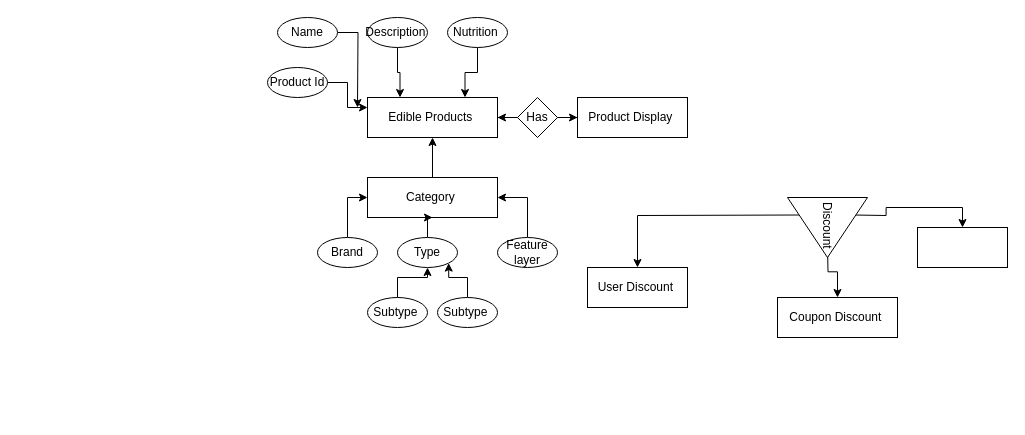
The draw.io diagram Backend.drawio in JamesHellerAnish/Blog, before the edit. Source tidied: cells renumbered, new cells numbered last; positions are measured from the earlier drawing's top-left corner, leaving out a move shared by most shapes. Both pictures are drawn from the tidied source at 100%, with x=0, y=0 at pixel (267, 17).
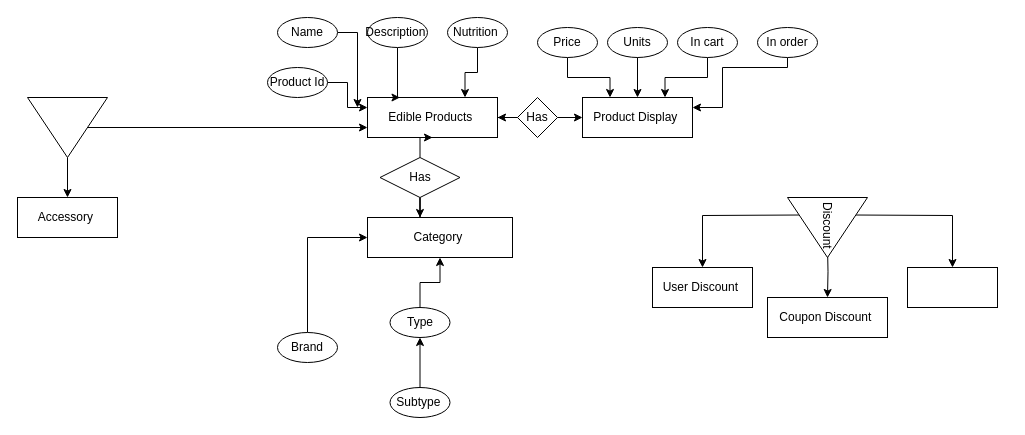
The same page after the edit.

Unchanged cells that the change refers to:
```xml
<mxCell id="2" value="Edible Products&amp;nbsp;" style="rounded=0;whiteSpace=wrap;html=1;" parent="1" vertex="1">
  <mxGeometry x="100" y="80" width="130" height="40" as="geometry" />
</mxCell>
<mxCell id="9" value="Name" style="ellipse;whiteSpace=wrap;html=1;rotation=0;" parent="1" vertex="1">
  <mxGeometry x="10" width="60" height="30" as="geometry" />
</mxCell>
<mxCell id="11" value="Description&amp;nbsp;" style="ellipse;whiteSpace=wrap;html=1;rotation=0;" parent="1" vertex="1">
  <mxGeometry x="100" width="60" height="30" as="geometry" />
</mxCell>
```

What changed in the source:
```diff
@@
     <mxCell id="3" value="Product Display&amp;nbsp;" style="rounded=0;whiteSpace=wrap;html=1;" parent="1" vertex="1">
-      <mxGeometry x="310" y="80" width="110" height="40" as="geometry" />
+      <mxGeometry x="315" y="80" width="110" height="40" as="geometry" />
     </mxCell>
-    <mxCell id="4" style="edgeStyle=orthogonalEdgeStyle;rounded=0;jettySize=auto;html=1;entryX=0.5;entryY=1;entryDx=0;entryDy=0;" parent="1" edge="1" source="5" target="2">
-      <mxGeometry relative="1" as="geometry" />
-    </mxCell>
     <mxCell id="5" value="Category&amp;nbsp;" style="rounded=0;whiteSpace=wrap;html=1;" parent="1" vertex="1">
-      <mxGeometry x="100" y="160" width="130" height="40" as="geometry" />
+      <mxGeometry x="100" y="200" width="145" height="40" as="geometry" />
     </mxCell>
     <mxCell id="6" style="edgeStyle=orthogonalEdgeStyle;rounded=0;jettySize=auto;html=1;entryX=0;entryY=0.5;entryDx=0;entryDy=0;" parent="1" edge="1" source="7" target="5">
-      <mxGeometry relative="1" as="geometry" />
+      <mxGeometry relative="1" as="geometry">
+        <Array as="points">
+          <mxPoint x="40" y="220" />
+        </Array>
+      </mxGeometry>
     </mxCell>
     <mxCell id="7" value="Brand" style="ellipse;whiteSpace=wrap;html=1;rotation=0;" parent="1" vertex="1">
-      <mxGeometry x="50" y="220" width="60" height="30" as="geometry" />
+      <mxGeometry x="10" y="315" width="60" height="30" as="geometry" />
     </mxCell>
     <mxCell id="8" style="edgeStyle=orthogonalEdgeStyle;rounded=0;jettySize=auto;html=1;" parent="1" edge="1" source="9">
       <mxGeometry relative="1" as="geometry">
         <mxPoint x="90" y="90" as="targetPoint" />
+        <Array as="points">
+          <mxPoint x="90" y="15" />
+        </Array>
       </mxGeometry>
     </mxCell>
@@
     <mxCell id="10" style="edgeStyle=orthogonalEdgeStyle;rounded=0;jettySize=auto;html=1;entryX=0.25;entryY=0;entryDx=0;entryDy=0;" parent="1" edge="1" source="11" target="2">
-      <mxGeometry relative="1" as="geometry" />
+      <mxGeometry relative="1" as="geometry">
+        <Array as="points">
+          <mxPoint x="130" y="80" />
+        </Array>
+      </mxGeometry>
     </mxCell>
@@
     <mxCell id="13" value="Type" style="ellipse;whiteSpace=wrap;html=1;rotation=0;" parent="1" vertex="1">
-      <mxGeometry x="130" y="220" width="60" height="30" as="geometry" />
+      <mxGeometry x="122.5" y="290" width="60" height="30" as="geometry" />
     </mxCell>
-    <mxCell id="14" style="edgeStyle=orthogonalEdgeStyle;rounded=0;jettySize=auto;html=1;entryX=1;entryY=0.5;entryDx=0;entryDy=0;" parent="1" edge="1" source="15" target="5">
-      <mxGeometry relative="1" as="geometry" />
-    </mxCell>
-    <mxCell id="15" value="Feature layer" style="ellipse;whiteSpace=wrap;html=1;rotation=0;" parent="1" vertex="1">
-      <mxGeometry x="230" y="220" width="60" height="30" as="geometry" />
-    </mxCell>
@@
     <mxCell id="24" value="Subtype&amp;nbsp;" style="ellipse;whiteSpace=wrap;html=1;rotation=0;" parent="1" vertex="1">
-      <mxGeometry x="100" y="280" width="60" height="30" as="geometry" />
+      <mxGeometry x="122.5" y="370" width="60" height="30" as="geometry" />
     </mxCell>
-    <mxCell id="25" style="edgeStyle=orthogonalEdgeStyle;rounded=0;jettySize=auto;html=1;entryX=1;entryY=1;entryDx=0;entryDy=0;" parent="1" edge="1" source="26" target="13">
-      <mxGeometry relative="1" as="geometry" />
-    </mxCell>
-    <mxCell id="26" value="Subtype&amp;nbsp;" style="ellipse;whiteSpace=wrap;html=1;rotation=0;" parent="1" vertex="1">
-      <mxGeometry x="170" y="280" width="60" height="30" as="geometry" />
-    </mxCell>
@@
     <mxCell id="30" value="User Discount&amp;nbsp;" style="whiteSpace=wrap;html=1;" parent="1" vertex="1">
-      <mxGeometry x="320" y="250" width="100" height="40" as="geometry" />
+      <mxGeometry x="385" y="250" width="100" height="40" as="geometry" />
     </mxCell>
     <mxCell id="31" value="Coupon Discount&amp;nbsp;" style="whiteSpace=wrap;html=1;" parent="1" vertex="1">
-      <mxGeometry x="510" y="280" width="120" height="40" as="geometry" />
+      <mxGeometry x="500" y="280" width="120" height="40" as="geometry" />
     </mxCell>
     <mxCell id="32" style="whiteSpace=wrap;html=1;" parent="1" vertex="1">
-      <mxGeometry x="650" y="210" width="90" height="40" as="geometry" />
+      <mxGeometry x="640" y="250" width="90" height="40" as="geometry" />
     </mxCell>
@@
+    <mxCell id="34" style="edgeStyle=orthogonalEdgeStyle;rounded=0;jettySize=auto;html=1;entryX=0.5;entryY=0;entryDx=0;entryDy=0;fontColor=none;exitX=1;exitY=1;exitDx=0;exitDy=0;" parent="1" edge="1" source="35" target="3">
+      <mxGeometry relative="1" as="geometry">
+        <Array as="points">
+          <mxPoint x="370" y="36" />
+          <mxPoint x="370" y="80" />
+        </Array>
+      </mxGeometry>
+    </mxCell>
+    <mxCell id="35" value="Units" style="ellipse;whiteSpace=wrap;html=1;rotation=0;" parent="1" vertex="1">
+      <mxGeometry x="340" y="10" width="60" height="30" as="geometry" />
+    </mxCell>
+    <mxCell id="36" style="edgeStyle=orthogonalEdgeStyle;rounded=0;jettySize=auto;html=1;entryX=0.25;entryY=0;entryDx=0;entryDy=0;fontColor=none;" parent="1" edge="1" source="37" target="3">
+      <mxGeometry relative="1" as="geometry" />
+    </mxCell>
+    <mxCell id="37" value="Price" style="ellipse;whiteSpace=wrap;html=1;rotation=0;" parent="1" vertex="1">
+      <mxGeometry x="270" y="10" width="60" height="30" as="geometry" />
+    </mxCell>
+    <mxCell id="38" style="edgeStyle=orthogonalEdgeStyle;rounded=0;jettySize=auto;html=1;entryX=0.75;entryY=0;entryDx=0;entryDy=0;fontColor=none;" parent="1" edge="1" source="39" target="3">
+      <mxGeometry relative="1" as="geometry" />
+    </mxCell>
+    <mxCell id="39" value="In cart" style="ellipse;whiteSpace=wrap;html=1;rotation=0;" parent="1" vertex="1">
+      <mxGeometry x="410" y="10" width="60" height="30" as="geometry" />
+    </mxCell>
+    <mxCell id="40" style="edgeStyle=orthogonalEdgeStyle;rounded=0;jettySize=auto;html=1;entryX=1;entryY=0.25;entryDx=0;entryDy=0;fontColor=none;" parent="1" edge="1" source="41" target="3">
+      <mxGeometry relative="1" as="geometry">
+        <Array as="points">
+          <mxPoint x="520" y="50" />
+          <mxPoint x="455" y="50" />
+          <mxPoint x="455" y="90" />
+        </Array>
+      </mxGeometry>
+    </mxCell>
+    <mxCell id="41" value="In order" style="ellipse;whiteSpace=wrap;html=1;rotation=0;" parent="1" vertex="1">
+      <mxGeometry x="490" y="10" width="60" height="30" as="geometry" />
+    </mxCell>
+    <mxCell id="42" style="edgeStyle=orthogonalEdgeStyle;rounded=0;jettySize=auto;html=1;entryX=0.362;entryY=0;entryDx=0;entryDy=0;entryPerimeter=0;fontColor=none;" parent="1" edge="1" source="44" target="5">
+      <mxGeometry relative="1" as="geometry" />
+    </mxCell>
+    <mxCell id="43" style="edgeStyle=orthogonalEdgeStyle;rounded=0;jettySize=auto;html=1;entryX=0.5;entryY=1;entryDx=0;entryDy=0;fontColor=none;" parent="1" edge="1" source="44" target="2">
+      <mxGeometry relative="1" as="geometry" />
+    </mxCell>
+    <mxCell id="44" value="Has" style="shape=rhombus;perimeter=rhombusPerimeter;whiteSpace=wrap;html=1;align=center;fontColor=none;" parent="1" vertex="1">
+      <mxGeometry x="112.5" y="140" width="80" height="40" as="geometry" />
+    </mxCell>
+    <mxCell id="45" style="edgeStyle=orthogonalEdgeStyle;rounded=0;jettySize=auto;html=1;entryX=0;entryY=0.75;entryDx=0;entryDy=0;fontColor=none;" parent="1" edge="1" source="47" target="2">
+      <mxGeometry relative="1" as="geometry" />
+    </mxCell>
+    <mxCell id="46" style="edgeStyle=orthogonalEdgeStyle;rounded=0;jettySize=auto;html=1;fontColor=none;" parent="1" edge="1" source="47" target="48">
+      <mxGeometry relative="1" as="geometry" />
+    </mxCell>
+    <mxCell id="47" style="triangle;whiteSpace=wrap;html=1;fontColor=none;rotation=90;" parent="1" vertex="1">
+      <mxGeometry x="-230" y="70" width="60" height="80" as="geometry" />
+    </mxCell>
+    <mxCell id="48" value="Accessory&amp;nbsp;" style="whiteSpace=wrap;html=1;align=center;fontColor=none;" parent="1" vertex="1">
+      <mxGeometry x="-250" y="180" width="100" height="40" as="geometry" />
+    </mxCell>
```
